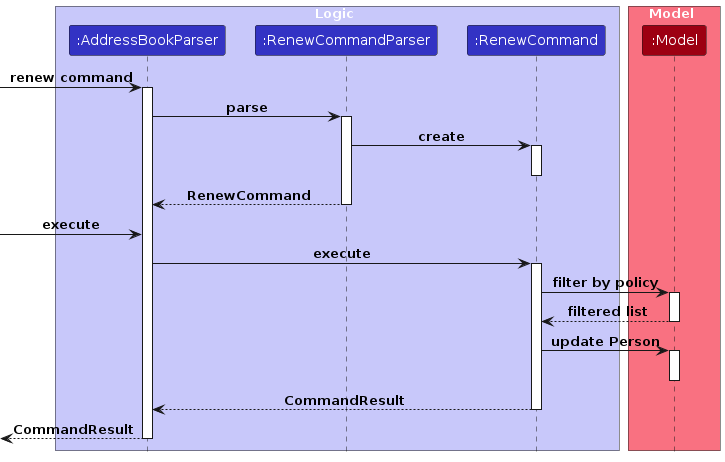
AY2425S2-CS2103-F08-2/tp keeps this PlantUML diagram as diagrams/RenewSequenceDiagram.png. Above is the earlier version. Its source is kept beside it as diagrams/RenewSequenceDiagram.puml.
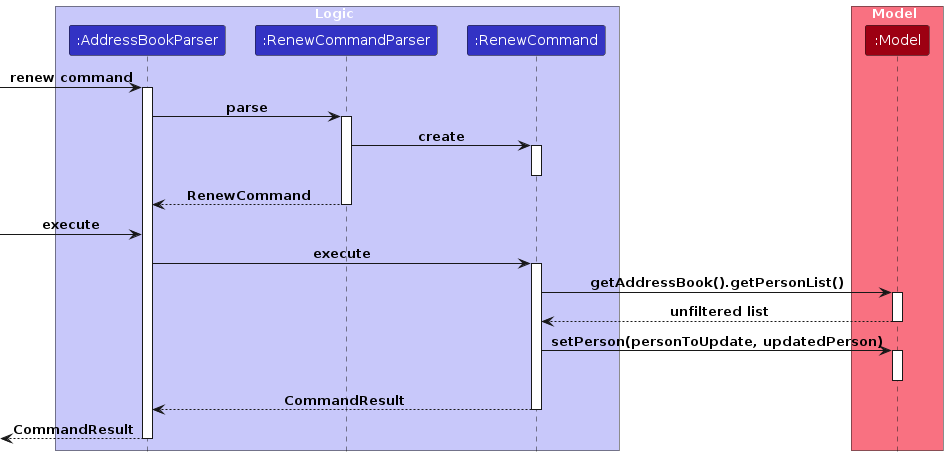
The same file after the commit.

Change to the diagram source:
```diff
@@ -28,13 +28,13 @@
 AddressBookParser -> RenewCommand : execute
 activate RenewCommand
 
-RenewCommand -> Model : filter by policy
+RenewCommand -> Model : getAddressBook().getPersonList()
 activate Model
 
-Model --> RenewCommand : filtered list
+Model --> RenewCommand : unfiltered list
 deactivate Model
 
-RenewCommand -> Model : update Person
+RenewCommand -> Model : setPerson(personToUpdate, updatedPerson)
 activate Model
 deactivate Model
 
```
